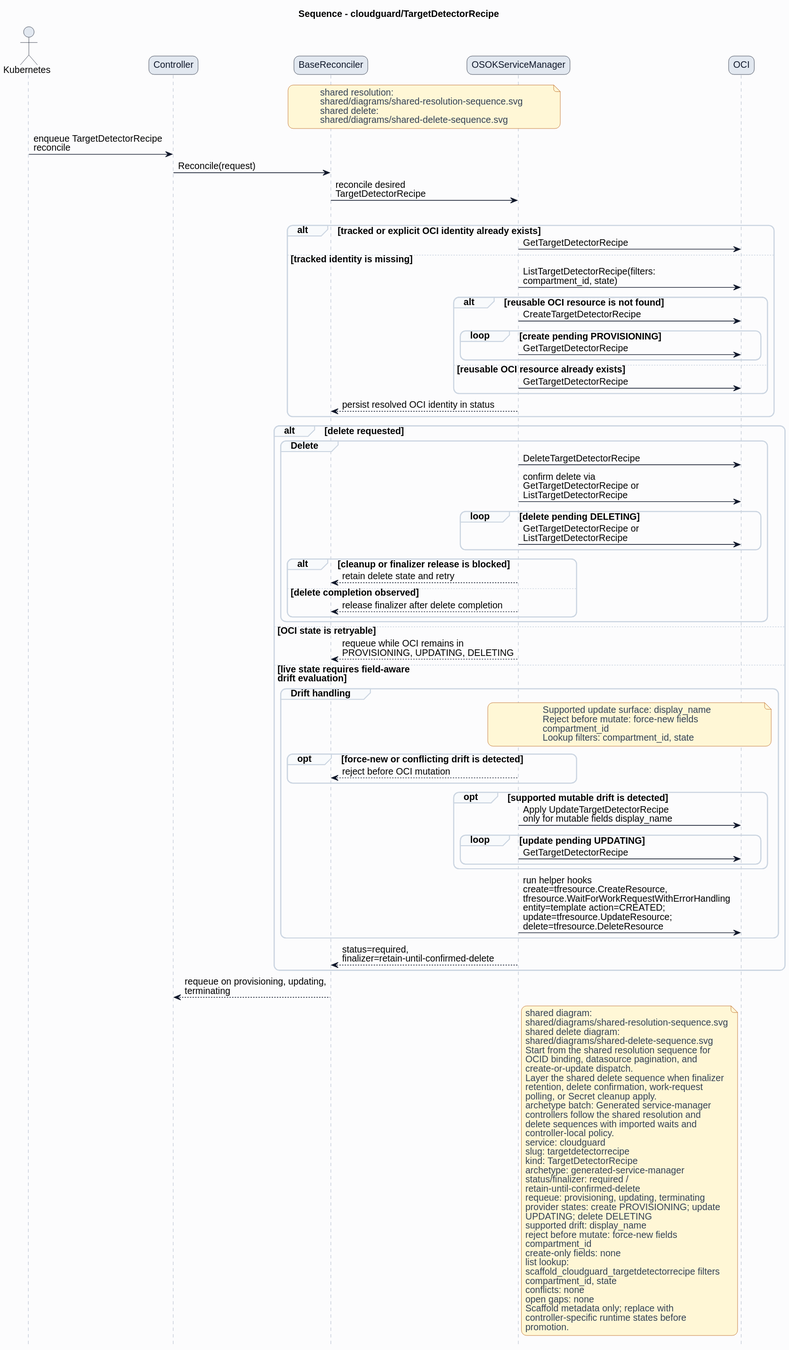
HaoyL666/oci-service-operator keeps this PlantUML diagram as formal/controllers/cloudguard/targetdetectorrecipe/diagrams/sequence.svg. Above is the earlier version. Source of this version:
```plantuml
@startuml
skinparam shadowing false
skinparam backgroundColor #fcfcfd
skinparam defaultFontName Helvetica
skinparam defaultFontSize 14
skinparam arrowColor #0f172a
skinparam noteBackgroundColor #fff7d6
skinparam noteBorderColor #b45309
skinparam noteFontColor #334155
skinparam roundcorner 16
title Sequence - cloudguard/TargetDetectorRecipe
hide footbox
skinparam sequence {
  actorBorderColor #0f172a
  actorBackgroundColor #e2e8f0
  participantBorderColor #0f172a
  participantBackgroundColor #e2e8f0
  participantFontColor #0f172a
  lifeLineBorderColor #94a3b8
  groupBorderColor #cbd5e1
  groupBackgroundColor #f8fafc
}
actor Kubernetes
participant Controller
participant BaseReconciler
participant "OSOKServiceManager" as ServiceManager
participant OCI
note over BaseReconciler,ServiceManager
shared resolution:
shared/diagrams/shared-resolution-sequence.svg
shared delete:
shared/diagrams/shared-delete-sequence.svg
end note
Kubernetes -> Controller: enqueue TargetDetectorRecipe\nreconcile
Controller -> BaseReconciler: Reconcile(request)
BaseReconciler -> ServiceManager: reconcile desired\nTargetDetectorRecipe
group Lookup and bind
alt tracked or explicit OCI identity already exists
ServiceManager -> OCI: GetTargetDetectorRecipe
else tracked identity is missing
ServiceManager -> OCI: ListTargetDetectorRecipe(filters:\ncompartment_id, state)
alt reusable OCI resource is not found
ServiceManager -> OCI: CreateTargetDetectorRecipe
loop create pending PROVISIONING
ServiceManager -> OCI: GetTargetDetectorRecipe
end
else reusable OCI resource already exists
ServiceManager -> OCI: GetTargetDetectorRecipe
end
ServiceManager --> BaseReconciler: persist resolved OCI identity in status
end
alt delete requested
group Delete
ServiceManager -> OCI: DeleteTargetDetectorRecipe
ServiceManager -> OCI: confirm delete via\nGetTargetDetectorRecipe or\nListTargetDetectorRecipe
loop delete pending DELETING
ServiceManager -> OCI: GetTargetDetectorRecipe or\nListTargetDetectorRecipe
end
alt cleanup or finalizer release is blocked
ServiceManager --> BaseReconciler: retain delete state and retry
else delete completion observed
ServiceManager --> BaseReconciler: release finalizer after delete completion
end
end
else OCI state is retryable
ServiceManager --> BaseReconciler: requeue while OCI remains in\nPROVISIONING, UPDATING, DELETING
else live state requires field-aware\ndrift evaluation
group Drift handling
note over ServiceManager,OCI
Supported update surface: display_name
Reject before mutate: force-new fields
compartment_id
Lookup filters: compartment_id, state
end note
opt force-new or conflicting drift is detected
ServiceManager --> BaseReconciler: reject before OCI mutation
end
opt supported mutable drift is detected
ServiceManager -> OCI: Apply UpdateTargetDetectorRecipe\nonly for mutable fields display_name
loop update pending UPDATING
ServiceManager -> OCI: GetTargetDetectorRecipe
end
end
ServiceManager -> OCI: run helper hooks\ncreate=tfresource.CreateResource,\ntfresource.WaitForWorkRequestWithErrorHandling\nentity=template action=CREATED;\nupdate=tfresource.UpdateResource;\ndelete=tfresource.DeleteResource
end
ServiceManager --> BaseReconciler: status=required,\nfinalizer=retain-until-confirmed-delete
end
BaseReconciler --> Controller: requeue on provisioning, updating,\nterminating
note right of ServiceManager
shared diagram:
shared/diagrams/shared-resolution-sequence.svg
shared delete diagram:
shared/diagrams/shared-delete-sequence.svg
Start from the shared resolution sequence for
OCID binding, datasource pagination, and
create-or-update dispatch.
Layer the shared delete sequence when finalizer
retention, delete confirmation, work-request
polling, or Secret cleanup apply.
archetype batch: Generated service-manager
controllers follow the shared resolution and
delete sequences with imported waits and
controller-local policy.
service: cloudguard
slug: targetdetectorrecipe
kind: TargetDetectorRecipe
archetype: generated-service-manager
status/finalizer: required /
retain-until-confirmed-delete
requeue: provisioning, updating, terminating
provider states: create PROVISIONING; update
UPDATING; delete DELETING
supported drift: display_name
reject before mutate: force-new fields
compartment_id
create-only fields: none
list lookup:
scaffold_cloudguard_targetdetectorrecipe filters
compartment_id, state
conflicts: none
open gaps: none
Scaffold metadata only; replace with
controller-specific runtime states before
promotion.
end note
@enduml
```
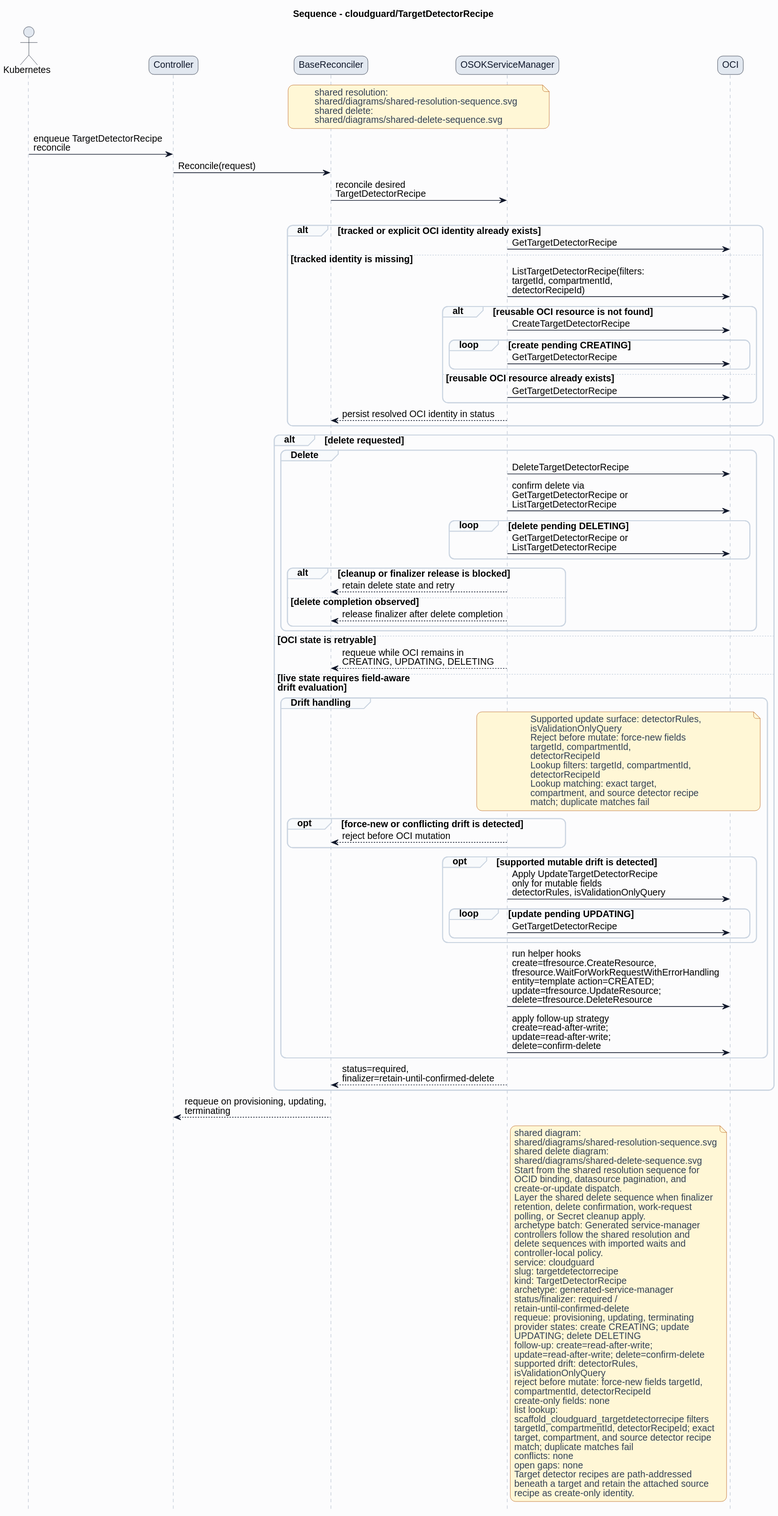
After the change.

The edit, as a diff of the source:
```diff
@@ -38,10 +38,10 @@
 alt tracked or explicit OCI identity already exists
 ServiceManager -> OCI: GetTargetDetectorRecipe
 else tracked identity is missing
-ServiceManager -> OCI: ListTargetDetectorRecipe(filters:\ncompartment_id, state)
+ServiceManager -> OCI: ListTargetDetectorRecipe(filters:\ntargetId, compartmentId,\ndetectorRecipeId)
 alt reusable OCI resource is not found
 ServiceManager -> OCI: CreateTargetDetectorRecipe
-loop create pending PROVISIONING
+loop create pending CREATING
 ServiceManager -> OCI: GetTargetDetectorRecipe
 end
 else reusable OCI resource already exists
@@ -63,25 +63,32 @@
 end
 end
 else OCI state is retryable
-ServiceManager --> BaseReconciler: requeue while OCI remains in\nPROVISIONING, UPDATING, DELETING
+ServiceManager --> BaseReconciler: requeue while OCI remains in\nCREATING, UPDATING, DELETING
 else live state requires field-aware\ndrift evaluation
 group Drift handling
 note over ServiceManager,OCI
-Supported update surface: display_name
+Supported update surface: detectorRules,
+isValidationOnlyQuery
 Reject before mutate: force-new fields
-compartment_id
-Lookup filters: compartment_id, state
+targetId, compartmentId,
+detectorRecipeId
+Lookup filters: targetId, compartmentId,
+detectorRecipeId
+Lookup matching: exact target,
+compartment, and source detector recipe
+match; duplicate matches fail
 end note
 opt force-new or conflicting drift is detected
 ServiceManager --> BaseReconciler: reject before OCI mutation
 end
 opt supported mutable drift is detected
-ServiceManager -> OCI: Apply UpdateTargetDetectorRecipe\nonly for mutable fields display_name
+ServiceManager -> OCI: Apply UpdateTargetDetectorRecipe\nonly for mutable fields\ndetectorRules, isValidationOnlyQuery
 loop update pending UPDATING
 ServiceManager -> OCI: GetTargetDetectorRecipe
 end
 end
 ServiceManager -> OCI: run helper hooks\ncreate=tfresource.CreateResource,\ntfresource.WaitForWorkRequestWithErrorHandling\nentity=template action=CREATED;\nupdate=tfresource.UpdateResource;\ndelete=tfresource.DeleteResource
+ServiceManager -> OCI: apply follow-up strategy\ncreate=read-after-write;\nupdate=read-after-write;\ndelete=confirm-delete
 end
 ServiceManager --> BaseReconciler: status=required,\nfinalizer=retain-until-confirmed-delete
 end
@@ -108,19 +115,24 @@
 status/finalizer: required /
 retain-until-confirmed-delete
 requeue: provisioning, updating, terminating
-provider states: create PROVISIONING; update
+provider states: create CREATING; update
 UPDATING; delete DELETING
-supported drift: display_name
-reject before mutate: force-new fields
-compartment_id
+follow-up: create=read-after-write;
+update=read-after-write; delete=confirm-delete
+supported drift: detectorRules,
+isValidationOnlyQuery
+reject before mutate: force-new fields targetId,
+compartmentId, detectorRecipeId
 create-only fields: none
 list lookup:
 scaffold_cloudguard_targetdetectorrecipe filters
-compartment_id, state
+targetId, compartmentId, detectorRecipeId; exact
+target, compartment, and source detector recipe
+match; duplicate matches fail
 conflicts: none
 open gaps: none
-Scaffold metadata only; replace with
-controller-specific runtime states before
-promotion.
+Target detector recipes are path-addressed
+beneath a target and retain the attached source
+recipe as create-only identity.
 end note
 @enduml
```
